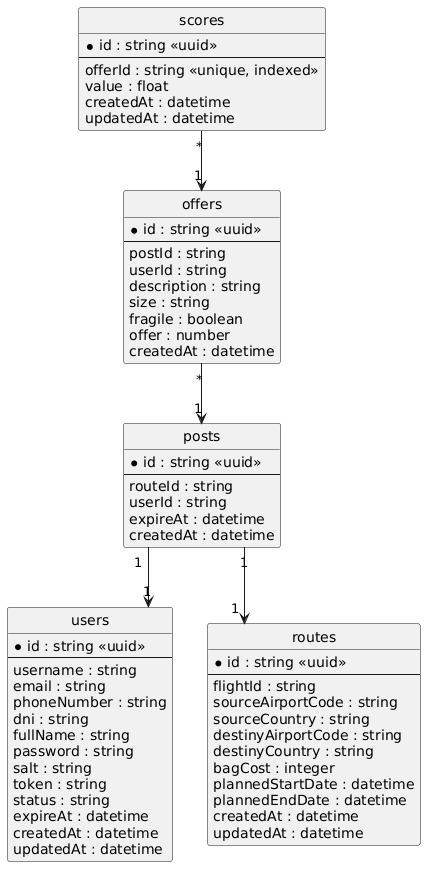
Earlier version of the PlantUML export docs/diagrams/entities.png (PedroTrujilloV/CloudNativeComputingSharedSuitcaseApp).
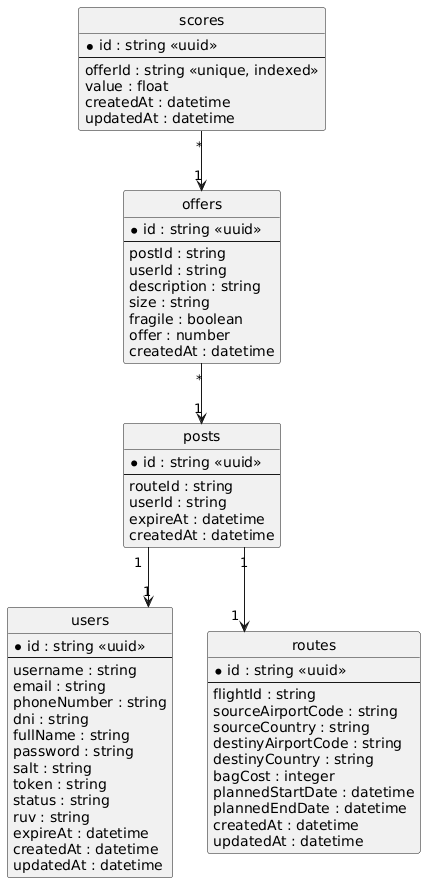
The same diagram one commit later.

The edit, as a diff of the source:
```diff
@@ -15,6 +15,7 @@
   salt : string
   token : string
   status : string
+  ruv : string
   expireAt : datetime
   createdAt : datetime
   updatedAt : datetime
```
